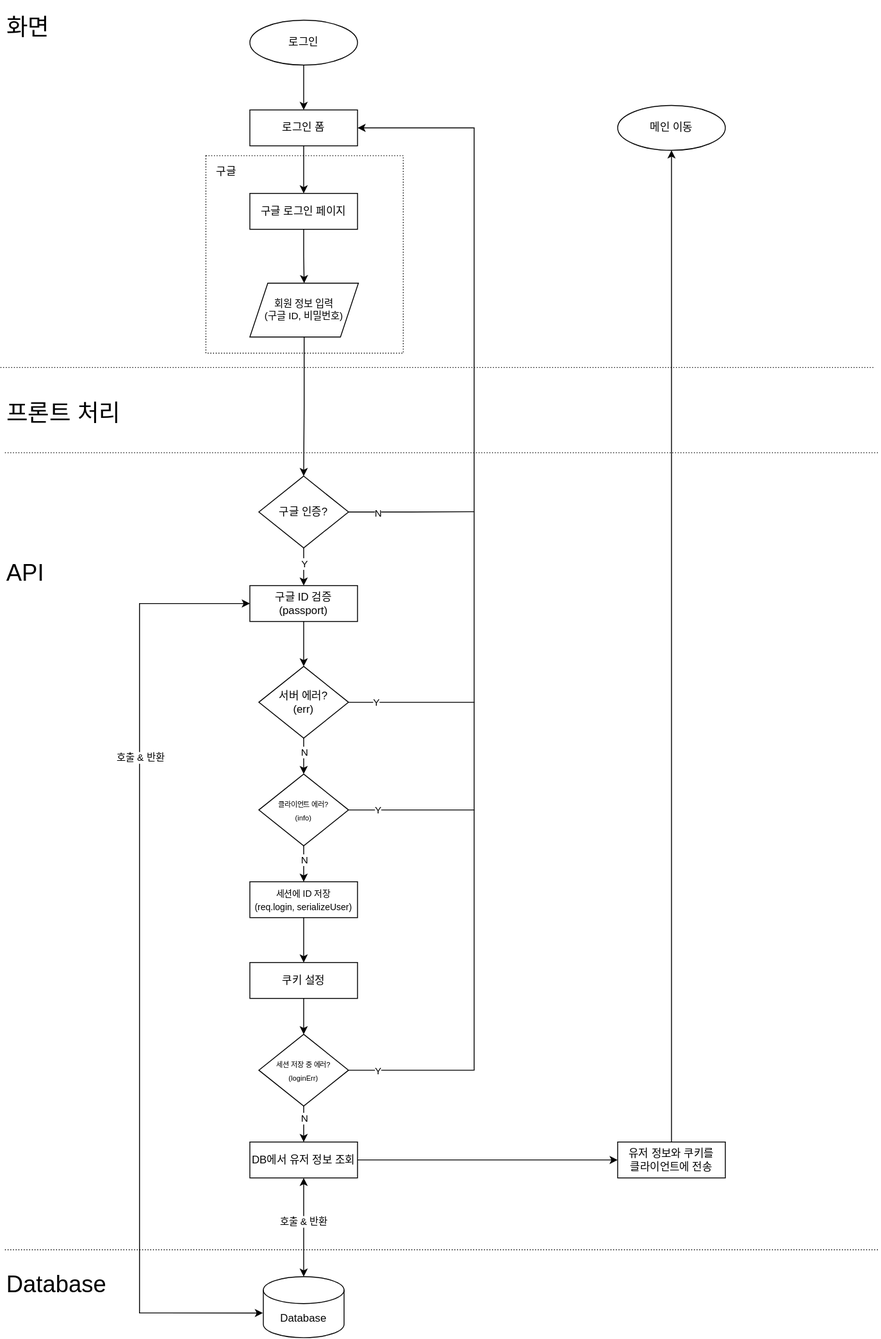
sarifor/cart-connect-market keeps this draw.io diagram as docs/2. 설계/2.2 소프트웨어 설계/2.2.3 플로차트/구글 로그인.svg. Above is the earlier version. Source tidied: cells renumbered, new cells last; positions are measured from the earlier drawing's top-left corner, leaving out a move shared by most shapes.
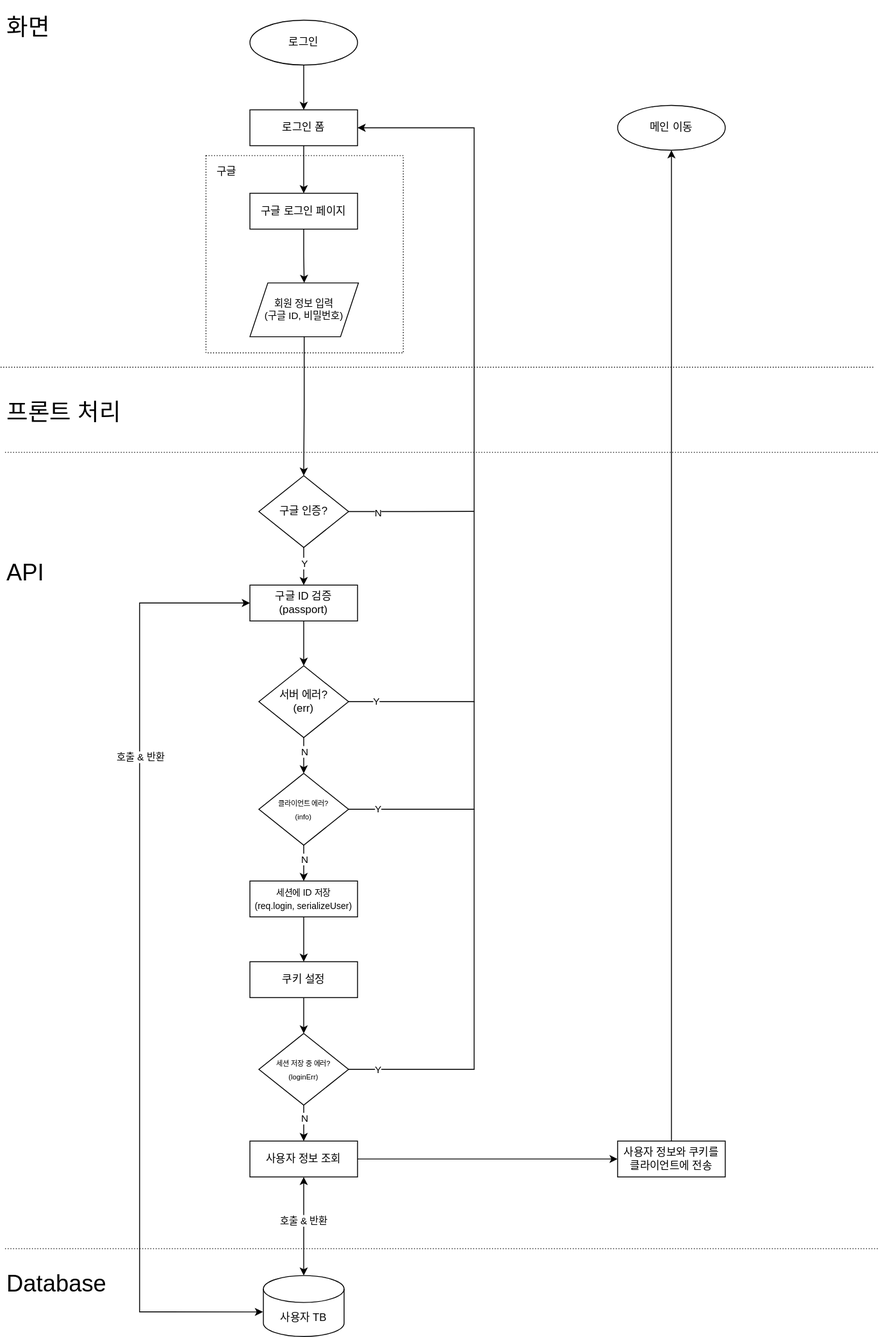
After the change.

What changed in the source:
```diff
@@ -35,7 +35,7 @@
         <mxPoint y="-140" as="offset" />
       </mxGeometry>
     </mxCell>
-    <mxCell id="10" value="Database" style="shape=cylinder3;whiteSpace=wrap;html=1;boundedLbl=1;backgroundOutline=1;size=15;" parent="1" vertex="1">
+    <mxCell id="10" value="사용자 TB" style="shape=cylinder3;whiteSpace=wrap;html=1;boundedLbl=1;backgroundOutline=1;size=15;" parent="1" vertex="1">
       <mxGeometry x="293" y="1422" width="90" height="68" as="geometry" />
     </mxCell>
     <mxCell id="11" value="&lt;font style=&quot;font-size: 26px;&quot;&gt;화면&lt;/font&gt;" style="text;html=1;align=left;verticalAlign=middle;whiteSpace=wrap;rounded=0;" parent="1" vertex="1">
@@ -103,7 +103,7 @@
     <mxCell id="30" style="edgeStyle=orthogonalEdgeStyle;rounded=0;jettySize=auto;html=1;entryX=0;entryY=0.5;entryDx=0;entryDy=0;" parent="1" edge="1" source="31" target="33">
       <mxGeometry relative="1" as="geometry" />
     </mxCell>
-    <mxCell id="31" value="DB에서 유저 정보 조회" style="rounded=0;whiteSpace=wrap;html=1;fontSize=12;glass=0;strokeWidth=1;shadow=0;" parent="1" vertex="1">
+    <mxCell id="31" value="사용자 정보 조회" style="rounded=0;whiteSpace=wrap;html=1;fontSize=12;glass=0;strokeWidth=1;shadow=0;" parent="1" vertex="1">
       <mxGeometry x="278" y="1272" width="120" height="40" as="geometry" />
     </mxCell>
     <mxCell id="32" style="edgeStyle=orthogonalEdgeStyle;rounded=0;jettySize=auto;html=1;entryX=0.5;entryY=1;entryDx=0;entryDy=0;" parent="1" edge="1" source="33" target="34">
@@ -114,7 +114,7 @@
         </Array>
       </mxGeometry>
     </mxCell>
-    <mxCell id="33" value="유저 정보와 쿠키를&lt;div&gt;클라이언트에 전송&lt;/div&gt;" style="rounded=0;whiteSpace=wrap;html=1;fontSize=12;glass=0;strokeWidth=1;shadow=0;" parent="1" vertex="1">
+    <mxCell id="33" value="사용자 정보와 쿠키를&lt;div&gt;클라이언트에 전송&lt;/div&gt;" style="rounded=0;whiteSpace=wrap;html=1;fontSize=12;glass=0;strokeWidth=1;shadow=0;" parent="1" vertex="1">
       <mxGeometry x="688" y="1272" width="120" height="40" as="geometry" />
     </mxCell>
     <mxCell id="34" value="메인 이동" style="ellipse;whiteSpace=wrap;html=1;" parent="1" vertex="1">
```
